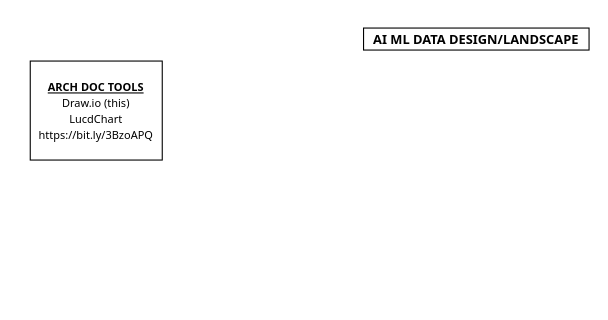
The draw.io diagram page "Tools, Flow" (1 of 2) of AIML-Data-Landscape.drawio in Shiva-Mantri/AI-Resources, before the edit. Source tidied: cells renumbered, new cells numbered last; positions are measured from the earlier drawing's top-left corner, leaving out a move shared by most shapes. Both pictures are drawn from the tidied source at 110%, with x=0, y=0 at pixel (30, 28).
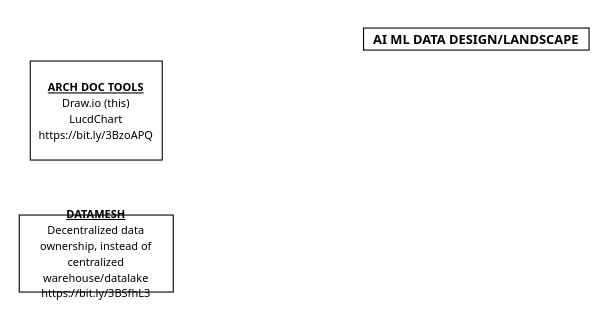
The same page after the edit.

What changed in the source:
```diff
@@
 <mxGraphModel>
   <root>
     <mxCell id="0" />
     <mxCell id="1" parent="0" />
     <mxCell id="2" value="&lt;font style=&quot;font-size: 10px&quot;&gt;&lt;font face=&quot;Tahoma&quot;&gt;&lt;b&gt;&lt;u&gt;ARCH DOC TOOLS&lt;/u&gt;&lt;/b&gt;&lt;br&gt;&lt;/font&gt;&lt;span style=&quot;font-family: &amp;#34;tahoma&amp;#34;&quot;&gt;Draw.io (this)&lt;/span&gt;&lt;br&gt;&lt;span style=&quot;font-family: &amp;#34;tahoma&amp;#34;&quot;&gt;LucdChart&lt;/span&gt;&lt;br&gt;&lt;span style=&quot;font-family: &amp;#34;tahoma&amp;#34;&quot;&gt;https://bit.ly/3BzoAPQ&lt;/span&gt;&lt;/font&gt;" style="rounded=0;whiteSpace=wrap;html=1;" parent="1" vertex="1">
       <mxGeometry y="30" width="120" height="90" as="geometry" />
     </mxCell>
     <mxCell id="3" value="&lt;h3&gt;&lt;b&gt;AI ML DATA DESIGN/LANDSCAPE&lt;/b&gt;&lt;/h3&gt;" style="rounded=0;whiteSpace=wrap;html=1;fontFamily=Tahoma;fontSize=10;" parent="1" vertex="1">
       <mxGeometry x="303" width="205" height="20" as="geometry" />
     </mxCell>
+    <mxCell id="4" value="&lt;font face=&quot;Tahoma&quot; style=&quot;font-size: 10px&quot;&gt;&lt;b&gt;&lt;u&gt;DATAMESH&lt;/u&gt;&lt;/b&gt;&lt;br&gt;&lt;font&gt;Decentralized data ownership, instead of centralized warehouse/datalake&lt;br&gt;https://bit.ly/3BSfhL3&lt;/font&gt;&lt;/font&gt;" style="rounded=0;whiteSpace=wrap;html=1;" parent="1" vertex="1">
+      <mxGeometry x="-10" y="170" width="140" height="70" as="geometry" />
+    </mxCell>
   </root>
 </mxGraphModel>
```
